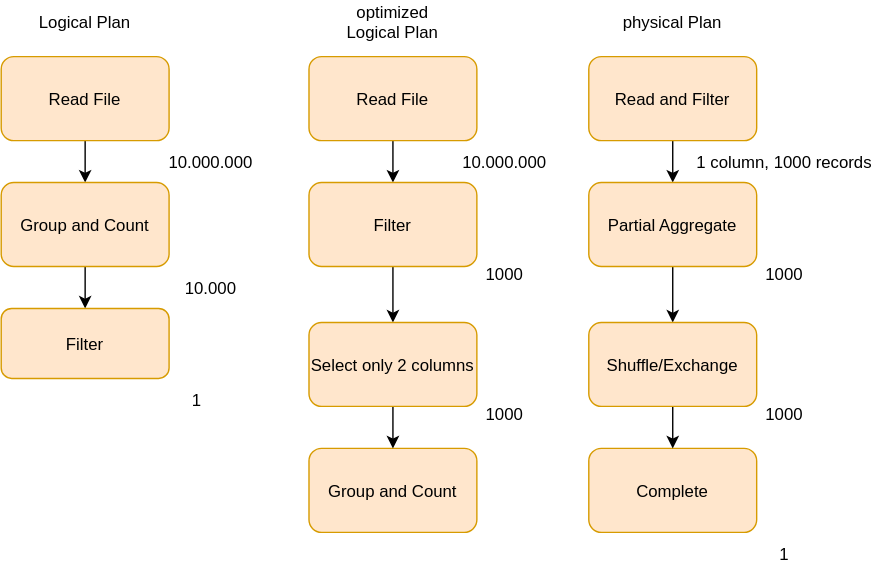
dancier/spark-course keeps this draw.io diagram as course/02-Dataframes/different-concrete-plans.dio.svg. Above is the earlier version. Source tidied: cells renumbered, new cells last; positions are measured from the earlier drawing's top-left corner, leaving out a move shared by most shapes. Source of this version:
```xml
<mxGraphModel>
  <root>
    <mxCell id="0" />
    <mxCell id="1" parent="0" />
    <mxCell id="2" style="edgeStyle=orthogonalEdgeStyle;rounded=0;jettySize=auto;" parent="1" edge="1" source="3" target="5">
      <mxGeometry relative="1" as="geometry" />
    </mxCell>
    <mxCell id="3" value="Read File" style="rounded=1;fillColor=#ffe6cc;strokeColor=#d79b00;" parent="1" vertex="1">
      <mxGeometry y="40" width="120" height="60" as="geometry" />
    </mxCell>
    <mxCell id="4" style="edgeStyle=orthogonalEdgeStyle;rounded=0;jettySize=auto;" parent="1" edge="1" source="5" target="6">
      <mxGeometry relative="1" as="geometry" />
    </mxCell>
    <mxCell id="5" value="Group and Count" style="rounded=1;fillColor=#ffe6cc;strokeColor=#d79b00;" parent="1" vertex="1">
      <mxGeometry y="130" width="120" height="60" as="geometry" />
    </mxCell>
    <mxCell id="6" value="Filter" style="rounded=1;fillColor=#ffe6cc;strokeColor=#d79b00;" parent="1" vertex="1">
      <mxGeometry y="220" width="120" height="50" as="geometry" />
    </mxCell>
    <mxCell id="7" value="Logical Plan" style="text;strokeColor=none;fillColor=none;align=center;verticalAlign=middle;rounded=0;" parent="1" vertex="1">
      <mxGeometry x="30" width="60" height="30" as="geometry" />
    </mxCell>
    <mxCell id="8" value="10.000.000" style="text;strokeColor=none;fillColor=none;align=center;verticalAlign=middle;rounded=0;" parent="1" vertex="1">
      <mxGeometry x="120" y="100" width="60" height="30" as="geometry" />
    </mxCell>
    <mxCell id="9" value="10.000" style="text;strokeColor=none;fillColor=none;align=center;verticalAlign=middle;rounded=0;" parent="1" vertex="1">
      <mxGeometry x="120" y="190" width="60" height="30" as="geometry" />
    </mxCell>
    <mxCell id="10" value="1" style="text;strokeColor=none;fillColor=none;align=center;verticalAlign=middle;rounded=0;" parent="1" vertex="1">
      <mxGeometry x="110" y="270" width="60" height="30" as="geometry" />
    </mxCell>
    <mxCell id="11" style="edgeStyle=orthogonalEdgeStyle;rounded=0;jettySize=auto;" parent="1" edge="1" source="12" target="15">
      <mxGeometry relative="1" as="geometry" />
    </mxCell>
    <mxCell id="12" value="Read File" style="rounded=1;fillColor=#ffe6cc;strokeColor=#d79b00;" parent="1" vertex="1">
      <mxGeometry x="220" y="40" width="120" height="60" as="geometry" />
    </mxCell>
    <mxCell id="13" value="Group and Count" style="rounded=1;fillColor=#ffe6cc;strokeColor=#d79b00;" parent="1" vertex="1">
      <mxGeometry x="220" y="320" width="120" height="60" as="geometry" />
    </mxCell>
    <mxCell id="14" style="edgeStyle=orthogonalEdgeStyle;rounded=0;jettySize=auto;" parent="1" edge="1" source="15" target="20">
      <mxGeometry relative="1" as="geometry" />
    </mxCell>
    <mxCell id="15" value="Filter" style="rounded=1;fillColor=#ffe6cc;strokeColor=#d79b00;" parent="1" vertex="1">
      <mxGeometry x="220" y="130" width="120" height="60" as="geometry" />
    </mxCell>
    <mxCell id="16" value="optimized&#10;Logical Plan" style="text;strokeColor=none;fillColor=none;align=center;verticalAlign=middle;rounded=0;" parent="1" vertex="1">
      <mxGeometry x="250" width="60" height="30" as="geometry" />
    </mxCell>
    <mxCell id="17" value="10.000.000" style="text;strokeColor=none;fillColor=none;align=center;verticalAlign=middle;rounded=0;" parent="1" vertex="1">
      <mxGeometry x="330" y="100" width="60" height="30" as="geometry" />
    </mxCell>
    <mxCell id="18" value="1000" style="text;strokeColor=none;fillColor=none;align=center;verticalAlign=middle;rounded=0;" parent="1" vertex="1">
      <mxGeometry x="330" y="180" width="60" height="30" as="geometry" />
    </mxCell>
    <mxCell id="19" style="edgeStyle=orthogonalEdgeStyle;rounded=0;jettySize=auto;" parent="1" edge="1" source="20" target="13">
      <mxGeometry relative="1" as="geometry" />
    </mxCell>
    <mxCell id="20" value="Select only 2 columns" style="rounded=1;fillColor=#ffe6cc;strokeColor=#d79b00;" parent="1" vertex="1">
      <mxGeometry x="220" y="230" width="120" height="60" as="geometry" />
    </mxCell>
    <mxCell id="21" value="1000" style="text;strokeColor=none;fillColor=none;align=center;verticalAlign=middle;rounded=0;" parent="1" vertex="1">
      <mxGeometry x="330" y="280" width="60" height="30" as="geometry" />
    </mxCell>
    <mxCell id="22" style="edgeStyle=orthogonalEdgeStyle;rounded=0;jettySize=auto;" parent="1" edge="1" source="23" target="26">
      <mxGeometry relative="1" as="geometry" />
    </mxCell>
    <mxCell id="23" value="Read and Filter" style="rounded=1;fillColor=#ffe6cc;strokeColor=#d79b00;" parent="1" vertex="1">
      <mxGeometry x="420" y="40" width="120" height="60" as="geometry" />
    </mxCell>
    <mxCell id="24" value="Complete" style="rounded=1;fillColor=#ffe6cc;strokeColor=#d79b00;" parent="1" vertex="1">
      <mxGeometry x="420" y="320" width="120" height="60" as="geometry" />
    </mxCell>
    <mxCell id="25" style="edgeStyle=orthogonalEdgeStyle;rounded=0;jettySize=auto;" parent="1" edge="1" source="26" target="31">
      <mxGeometry relative="1" as="geometry" />
    </mxCell>
    <mxCell id="26" value="Partial Aggregate" style="rounded=1;fillColor=#ffe6cc;strokeColor=#d79b00;" parent="1" vertex="1">
      <mxGeometry x="420" y="130" width="120" height="60" as="geometry" />
    </mxCell>
    <mxCell id="27" value="physical Plan" style="text;strokeColor=none;fillColor=none;align=center;verticalAlign=middle;rounded=0;" parent="1" vertex="1">
      <mxGeometry x="450" width="60" height="30" as="geometry" />
    </mxCell>
    <mxCell id="28" value="1 column, 1000 records" style="text;strokeColor=none;fillColor=none;align=center;verticalAlign=middle;rounded=0;" parent="1" vertex="1">
      <mxGeometry x="530" y="100" width="60" height="30" as="geometry" />
    </mxCell>
    <mxCell id="29" value="1000" style="text;strokeColor=none;fillColor=none;align=center;verticalAlign=middle;rounded=0;" parent="1" vertex="1">
      <mxGeometry x="530" y="180" width="60" height="30" as="geometry" />
    </mxCell>
    <mxCell id="30" style="edgeStyle=orthogonalEdgeStyle;rounded=0;jettySize=auto;" parent="1" edge="1" source="31" target="24">
      <mxGeometry relative="1" as="geometry" />
    </mxCell>
    <mxCell id="31" value="Shuffle/Exchange" style="rounded=1;fillColor=#ffe6cc;strokeColor=#d79b00;" parent="1" vertex="1">
      <mxGeometry x="420" y="230" width="120" height="60" as="geometry" />
    </mxCell>
    <mxCell id="32" value="1000" style="text;strokeColor=none;fillColor=none;align=center;verticalAlign=middle;rounded=0;" parent="1" vertex="1">
      <mxGeometry x="530" y="280" width="60" height="30" as="geometry" />
    </mxCell>
    <mxCell id="33" value="1" style="text;strokeColor=none;fillColor=none;align=center;verticalAlign=middle;rounded=0;" parent="1" vertex="1">
      <mxGeometry x="530" y="380" width="60" height="30" as="geometry" />
    </mxCell>
  </root>
</mxGraphModel>
```
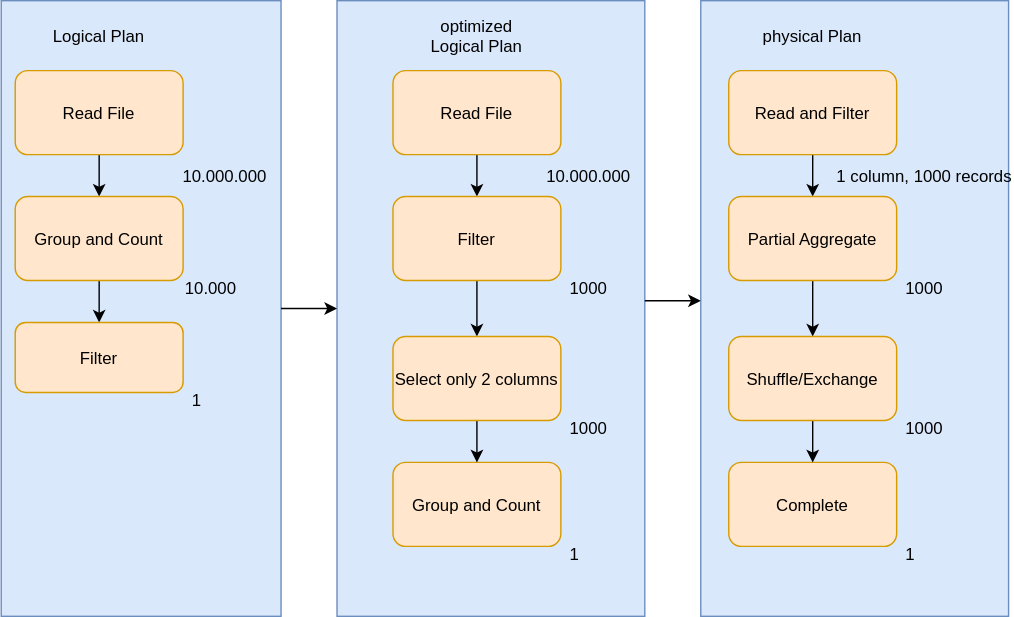
After the commit.

Diff of the diagram source:
```diff
@@ -2,6 +2,15 @@
   <root>
     <mxCell id="0" />
     <mxCell id="1" parent="0" />
+    <mxCell id="34" style="rounded=0;fillColor=#dae8fc;strokeColor=#6c8ebf;" parent="1" vertex="1">
+      <mxGeometry x="490" y="-10" width="220" height="440" as="geometry" />
+    </mxCell>
+    <mxCell id="35" style="rounded=0;fillColor=#dae8fc;strokeColor=#6c8ebf;" parent="1" vertex="1">
+      <mxGeometry x="230" y="-10" width="220" height="440" as="geometry" />
+    </mxCell>
+    <mxCell id="36" style="rounded=0;fillColor=#dae8fc;strokeColor=#6c8ebf;" parent="1" vertex="1">
+      <mxGeometry x="-10" y="-10" width="200" height="440" as="geometry" />
+    </mxCell>
     <mxCell id="2" style="edgeStyle=orthogonalEdgeStyle;rounded=0;jettySize=auto;" parent="1" edge="1" source="3" target="5">
       <mxGeometry relative="1" as="geometry" />
     </mxCell>
@@ -24,79 +33,91 @@
       <mxGeometry x="120" y="100" width="60" height="30" as="geometry" />
     </mxCell>
     <mxCell id="9" value="10.000" style="text;strokeColor=none;fillColor=none;align=center;verticalAlign=middle;rounded=0;" parent="1" vertex="1">
-      <mxGeometry x="120" y="190" width="60" height="30" as="geometry" />
+      <mxGeometry x="110" y="180" width="60" height="30" as="geometry" />
     </mxCell>
     <mxCell id="10" value="1" style="text;strokeColor=none;fillColor=none;align=center;verticalAlign=middle;rounded=0;" parent="1" vertex="1">
-      <mxGeometry x="110" y="270" width="60" height="30" as="geometry" />
+      <mxGeometry x="100" y="260" width="60" height="30" as="geometry" />
     </mxCell>
     <mxCell id="11" style="edgeStyle=orthogonalEdgeStyle;rounded=0;jettySize=auto;" parent="1" edge="1" source="12" target="15">
       <mxGeometry relative="1" as="geometry" />
     </mxCell>
     <mxCell id="12" value="Read File" style="rounded=1;fillColor=#ffe6cc;strokeColor=#d79b00;" parent="1" vertex="1">
-      <mxGeometry x="220" y="40" width="120" height="60" as="geometry" />
+      <mxGeometry x="270" y="40" width="120" height="60" as="geometry" />
     </mxCell>
     <mxCell id="13" value="Group and Count" style="rounded=1;fillColor=#ffe6cc;strokeColor=#d79b00;" parent="1" vertex="1">
-      <mxGeometry x="220" y="320" width="120" height="60" as="geometry" />
+      <mxGeometry x="270" y="320" width="120" height="60" as="geometry" />
     </mxCell>
     <mxCell id="14" style="edgeStyle=orthogonalEdgeStyle;rounded=0;jettySize=auto;" parent="1" edge="1" source="15" target="20">
       <mxGeometry relative="1" as="geometry" />
     </mxCell>
     <mxCell id="15" value="Filter" style="rounded=1;fillColor=#ffe6cc;strokeColor=#d79b00;" parent="1" vertex="1">
-      <mxGeometry x="220" y="130" width="120" height="60" as="geometry" />
+      <mxGeometry x="270" y="130" width="120" height="60" as="geometry" />
     </mxCell>
     <mxCell id="16" value="optimized&#10;Logical Plan" style="text;strokeColor=none;fillColor=none;align=center;verticalAlign=middle;rounded=0;" parent="1" vertex="1">
-      <mxGeometry x="250" width="60" height="30" as="geometry" />
+      <mxGeometry x="300" width="60" height="30" as="geometry" />
     </mxCell>
     <mxCell id="17" value="10.000.000" style="text;strokeColor=none;fillColor=none;align=center;verticalAlign=middle;rounded=0;" parent="1" vertex="1">
-      <mxGeometry x="330" y="100" width="60" height="30" as="geometry" />
+      <mxGeometry x="380" y="100" width="60" height="30" as="geometry" />
     </mxCell>
     <mxCell id="18" value="1000" style="text;strokeColor=none;fillColor=none;align=center;verticalAlign=middle;rounded=0;" parent="1" vertex="1">
-      <mxGeometry x="330" y="180" width="60" height="30" as="geometry" />
+      <mxGeometry x="380" y="180" width="60" height="30" as="geometry" />
     </mxCell>
     <mxCell id="19" style="edgeStyle=orthogonalEdgeStyle;rounded=0;jettySize=auto;" parent="1" edge="1" source="20" target="13">
       <mxGeometry relative="1" as="geometry" />
     </mxCell>
     <mxCell id="20" value="Select only 2 columns" style="rounded=1;fillColor=#ffe6cc;strokeColor=#d79b00;" parent="1" vertex="1">
-      <mxGeometry x="220" y="230" width="120" height="60" as="geometry" />
+      <mxGeometry x="270" y="230" width="120" height="60" as="geometry" />
     </mxCell>
     <mxCell id="21" value="1000" style="text;strokeColor=none;fillColor=none;align=center;verticalAlign=middle;rounded=0;" parent="1" vertex="1">
-      <mxGeometry x="330" y="280" width="60" height="30" as="geometry" />
+      <mxGeometry x="380" y="280" width="60" height="30" as="geometry" />
     </mxCell>
     <mxCell id="22" style="edgeStyle=orthogonalEdgeStyle;rounded=0;jettySize=auto;" parent="1" edge="1" source="23" target="26">
       <mxGeometry relative="1" as="geometry" />
     </mxCell>
     <mxCell id="23" value="Read and Filter" style="rounded=1;fillColor=#ffe6cc;strokeColor=#d79b00;" parent="1" vertex="1">
-      <mxGeometry x="420" y="40" width="120" height="60" as="geometry" />
+      <mxGeometry x="510" y="40" width="120" height="60" as="geometry" />
     </mxCell>
     <mxCell id="24" value="Complete" style="rounded=1;fillColor=#ffe6cc;strokeColor=#d79b00;" parent="1" vertex="1">
-      <mxGeometry x="420" y="320" width="120" height="60" as="geometry" />
+      <mxGeometry x="510" y="320" width="120" height="60" as="geometry" />
     </mxCell>
     <mxCell id="25" style="edgeStyle=orthogonalEdgeStyle;rounded=0;jettySize=auto;" parent="1" edge="1" source="26" target="31">
       <mxGeometry relative="1" as="geometry" />
     </mxCell>
     <mxCell id="26" value="Partial Aggregate" style="rounded=1;fillColor=#ffe6cc;strokeColor=#d79b00;" parent="1" vertex="1">
-      <mxGeometry x="420" y="130" width="120" height="60" as="geometry" />
+      <mxGeometry x="510" y="130" width="120" height="60" as="geometry" />
     </mxCell>
     <mxCell id="27" value="physical Plan" style="text;strokeColor=none;fillColor=none;align=center;verticalAlign=middle;rounded=0;" parent="1" vertex="1">
-      <mxGeometry x="450" width="60" height="30" as="geometry" />
+      <mxGeometry x="540" width="60" height="30" as="geometry" />
     </mxCell>
     <mxCell id="28" value="1 column, 1000 records" style="text;strokeColor=none;fillColor=none;align=center;verticalAlign=middle;rounded=0;" parent="1" vertex="1">
-      <mxGeometry x="530" y="100" width="60" height="30" as="geometry" />
+      <mxGeometry x="620" y="100" width="60" height="30" as="geometry" />
     </mxCell>
     <mxCell id="29" value="1000" style="text;strokeColor=none;fillColor=none;align=center;verticalAlign=middle;rounded=0;" parent="1" vertex="1">
-      <mxGeometry x="530" y="180" width="60" height="30" as="geometry" />
+      <mxGeometry x="620" y="180" width="60" height="30" as="geometry" />
     </mxCell>
     <mxCell id="30" style="edgeStyle=orthogonalEdgeStyle;rounded=0;jettySize=auto;" parent="1" edge="1" source="31" target="24">
       <mxGeometry relative="1" as="geometry" />
     </mxCell>
     <mxCell id="31" value="Shuffle/Exchange" style="rounded=1;fillColor=#ffe6cc;strokeColor=#d79b00;" parent="1" vertex="1">
-      <mxGeometry x="420" y="230" width="120" height="60" as="geometry" />
+      <mxGeometry x="510" y="230" width="120" height="60" as="geometry" />
     </mxCell>
     <mxCell id="32" value="1000" style="text;strokeColor=none;fillColor=none;align=center;verticalAlign=middle;rounded=0;" parent="1" vertex="1">
-      <mxGeometry x="530" y="280" width="60" height="30" as="geometry" />
+      <mxGeometry x="620" y="280" width="60" height="30" as="geometry" />
     </mxCell>
     <mxCell id="33" value="1" style="text;strokeColor=none;fillColor=none;align=center;verticalAlign=middle;rounded=0;" parent="1" vertex="1">
-      <mxGeometry x="530" y="380" width="60" height="30" as="geometry" />
+      <mxGeometry x="610" y="370" width="60" height="30" as="geometry" />
     </mxCell>
+    <mxCell id="37" style="endArrow=classic;rounded=0;exitX=1;exitY=0.5;exitDx=0;exitDy=0;" parent="1" edge="1" source="36" target="35">
+      <mxGeometry relative="1" as="geometry" />
+    </mxCell>
+    <mxCell id="38" style="endArrow=classic;rounded=0;exitX=1;exitY=0.5;exitDx=0;exitDy=0;" parent="1" edge="1">
+      <mxGeometry relative="1" as="geometry">
+        <mxPoint x="450" y="204.5" as="sourcePoint" />
+        <mxPoint x="490" y="204.5" as="targetPoint" />
+      </mxGeometry>
+    </mxCell>
+    <mxCell id="39" value="1" style="text;strokeColor=none;fillColor=none;align=center;verticalAlign=middle;rounded=0;" parent="1" vertex="1">
+      <mxGeometry x="370" y="370" width="60" height="30" as="geometry" />
+    </mxCell>
   </root>
 </mxGraphModel>
```
